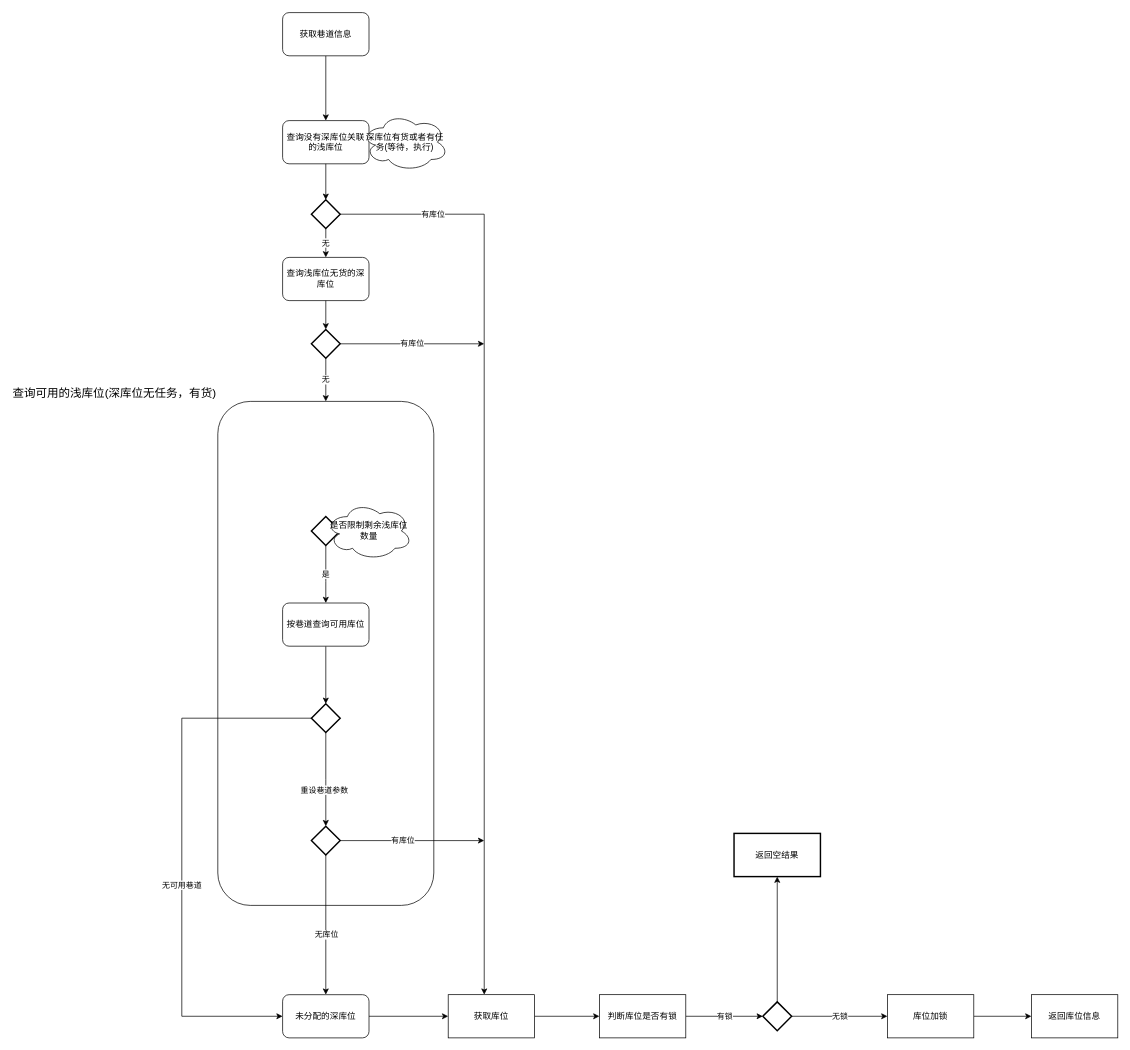
Above: 默认双深入库策略.drawio in chenjunx/designpattern (draw.io), before the change. Source tidied: cells renumbered, new cells numbered last; positions are measured from the earlier drawing's top-left corner, leaving out a move shared by most shapes. Both pictures are drawn from the tidied source at 72%, with x=0, y=0 at pixel (181, 12).
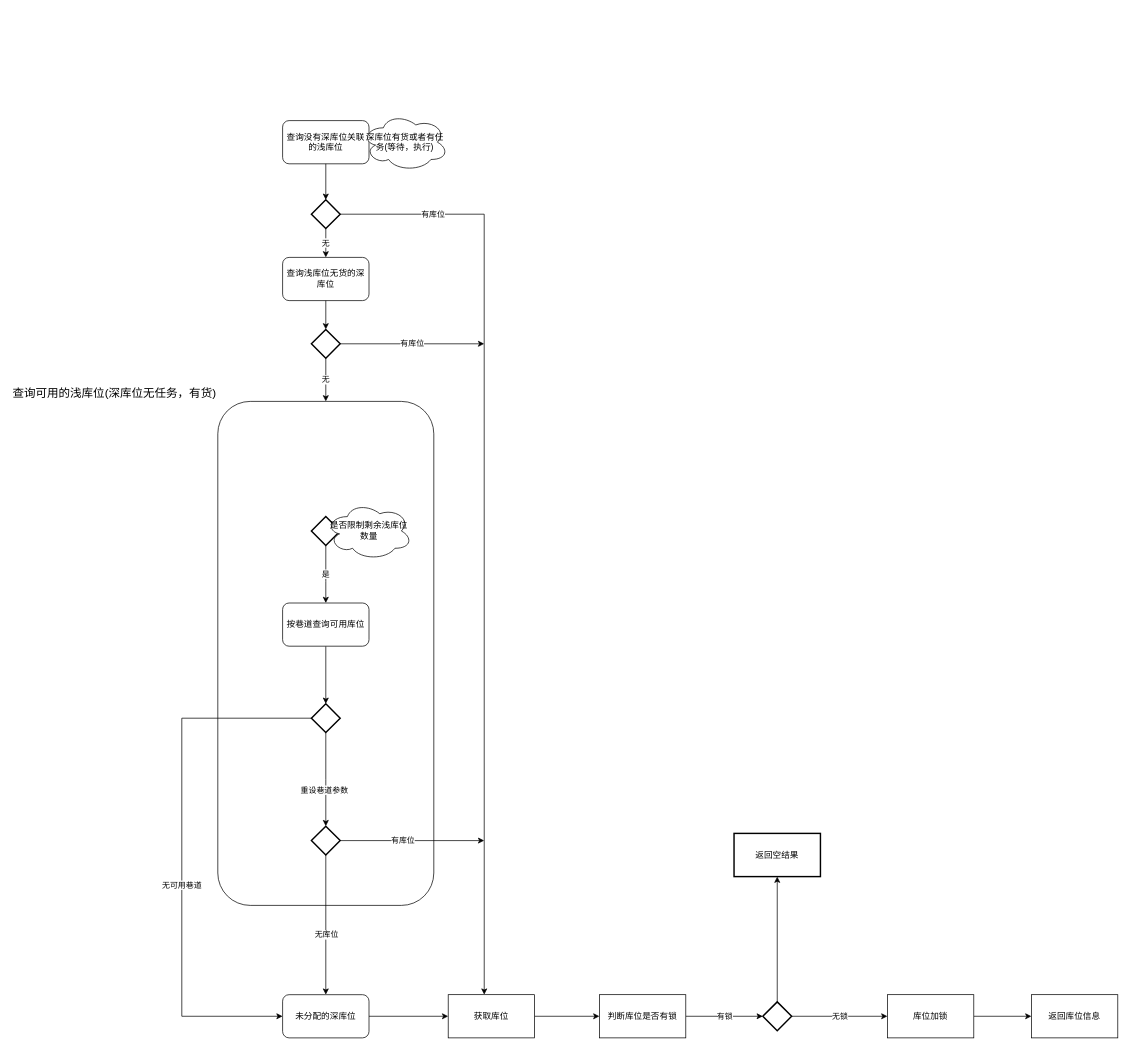
After the change.

Commit message:
更新默认双深入库策略.drawio

The change refers to these unchanged cells:
```xml
<mxCell id="5" value="查询没有深库位关联的浅库位" style="rounded=1;whiteSpace=wrap;html=1;" parent="1" vertex="1">
  <mxGeometry x="140" y="150" width="120" height="60" as="geometry" />
</mxCell>
```

Diff of the diagram source:
```diff
@@
-    <mxCell id="2" style="edgeStyle=orthogonalEdgeStyle;rounded=1;jettySize=auto;html=1;" parent="1" edge="1" source="3" target="5">
-      <mxGeometry relative="1" as="geometry" />
-    </mxCell>
-    <mxCell id="3" value="获取巷道信息" style="rounded=1;whiteSpace=wrap;html=1;" parent="1" vertex="1">
-      <mxGeometry x="140" width="120" height="60" as="geometry" />
-    </mxCell>
```
